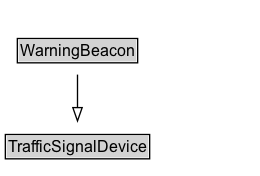
This is docs/diagrams/WarningBeacon.dot.png from k-vaughn/ontology-its-regulation, a Graphviz export, as it was before one commit. Its source is kept beside it as docs/diagrams/WarningBeacon.dot.
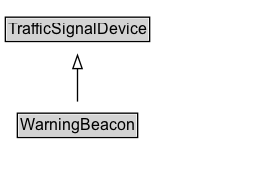
The same file after the commit.

Change to the diagram source:
```diff
@@ -2,6 +2,10 @@
 	graph [overlap=false rankdir=TB splines=true]
 	node [fontname=Arial fontsize=12 margin=0 shape=none]
 	edge [fontname=Arial fontsize=11]
+	{
+		rank=source
+		TrafficSignalDevice [label=<<TABLE BORDER="1" CELLBORDER="0" CELLSPACING="0" CELLPADDING="1"><TR><TD BGCOLOR="lightgray" ALIGN="CENTER">TrafficSignalDevice</TD></TR></TABLE>> URL="../TrafficSignalDevice" margin=0]
+	}
 	WarningBeacon [label=<<TABLE BORDER="1" CELLBORDER="0" CELLSPACING="0" CELLPADDING="1"><TR><TD BGCOLOR="lightgray" ALIGN="CENTER">WarningBeacon</TD></TR></TABLE>> URL="../WarningBeacon" margin=0]
 	{
 		rank=max
@@ -10,6 +14,5 @@
 		label="" style=invis
 		Invis [label=<<TABLE BORDER="0" CELLBORDER="0" CELLSPACING="0" CELLPADDING="1"><TR><TD></TD></TR></TABLE>> margin=0 style=invis]
 	}
-	TrafficSignalDevice [label=<<TABLE BORDER="1" CELLBORDER="0" CELLSPACING="0" CELLPADDING="1"><TR><TD BGCOLOR="lightgray" ALIGN="CENTER">TrafficSignalDevice</TD></TR></TABLE>> URL="../TrafficSignalDevice" margin=0]
 	WarningBeacon -> TrafficSignalDevice [arrowhead=onormal style=solid]
 }
```
